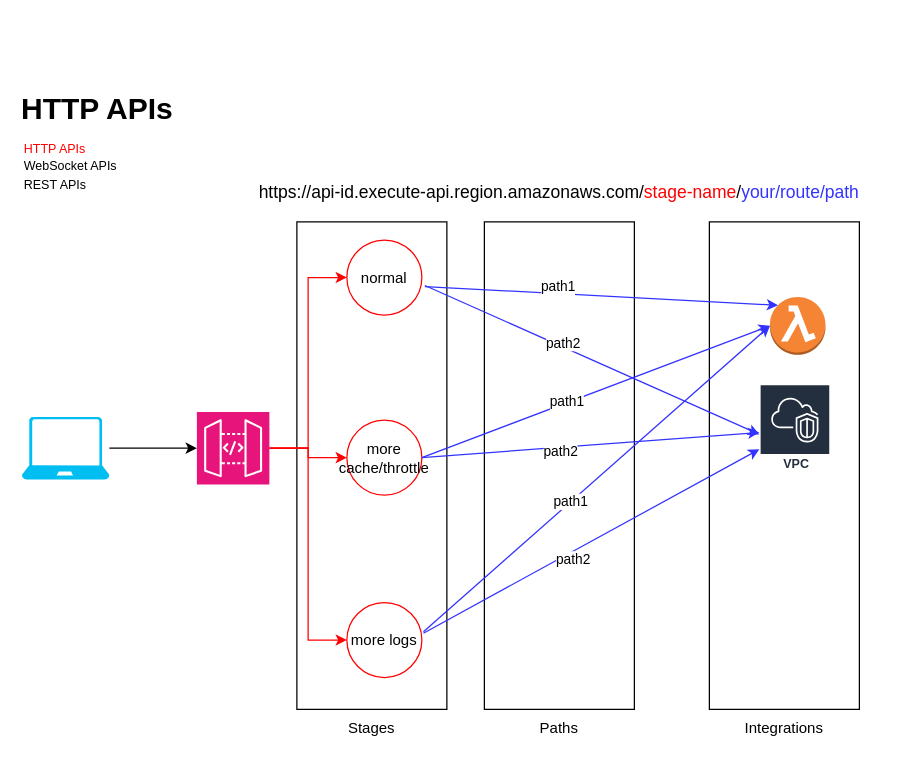
The draw.io diagram figures/ApiGateway.drawio in hashemsellat/pictora, before the edit. Source tidied: cells renumbered, new cells numbered last; positions are measured from the earlier drawing's top-left corner, leaving out a move shared by most shapes. Both pictures are drawn from the tidied source at 125%, with x=0, y=0 at pixel (21, 84).
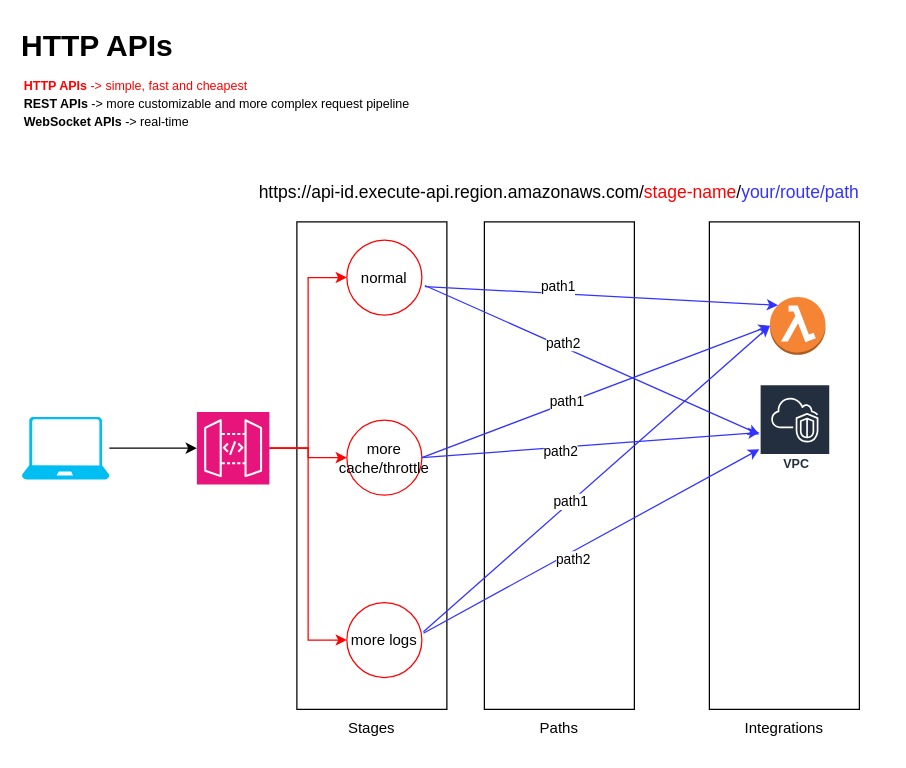
The same page after the edit.

Change to the diagram source:
```diff
@@
-    <mxCell id="9" value="&lt;div align=&quot;left&quot;&gt;&lt;font style=&quot;color: rgb(255, 0, 0); font-size: 10px;&quot;&gt;HTTP APIs&lt;/font&gt;&lt;/div&gt;&lt;div align=&quot;left&quot;&gt;&lt;font style=&quot;font-size: 10px;&quot;&gt;WebSocket APIs&lt;/font&gt;&lt;/div&gt;&lt;div align=&quot;left&quot;&gt;&lt;font style=&quot;font-size: 10px;&quot;&gt;REST APIs&lt;/font&gt;&lt;/div&gt;" style="text;html=1;whiteSpace=wrap;strokeColor=none;fillColor=none;align=left;verticalAlign=middle;rounded=0;" parent="1" vertex="1">
-      <mxGeometry y="50" width="170" height="30" as="geometry" />
+    <mxCell id="9" value="&lt;div align=&quot;left&quot;&gt;&lt;font style=&quot;color: rgb(255, 0, 0); font-size: 10px;&quot;&gt;&lt;b&gt;HTTP APIs &lt;/b&gt;-&amp;gt; simple, fast and cheapest&lt;/font&gt;&lt;/div&gt;&lt;div align=&quot;left&quot;&gt;&lt;div align=&quot;left&quot;&gt;&lt;font style=&quot;font-size: 10px;&quot;&gt;&lt;b&gt;REST APIs &lt;/b&gt;-&amp;gt; more customizable and more complex request pipeline&lt;/font&gt;&lt;/div&gt;&lt;/div&gt;&lt;div align=&quot;left&quot;&gt;&lt;font style=&quot;font-size: 10px;&quot;&gt;&lt;b&gt;WebSocket APIs &lt;/b&gt;-&amp;gt; real-time&lt;/font&gt;&lt;/div&gt;" style="text;html=1;whiteSpace=wrap;strokeColor=none;fillColor=none;align=left;verticalAlign=middle;rounded=0;" parent="1" vertex="1">
+      <mxGeometry width="320" height="30" as="geometry" />
     </mxCell>
@@
     <mxCell id="30" value="HTTP APIs" style="text;strokeColor=none;fillColor=none;html=1;fontSize=24;fontStyle=1;verticalAlign=middle;align=center;" parent="1" vertex="1">
-      <mxGeometry x="10" width="100" height="40" as="geometry" />
+      <mxGeometry x="10" y="-50" width="100" height="40" as="geometry" />
     </mxCell>
```
